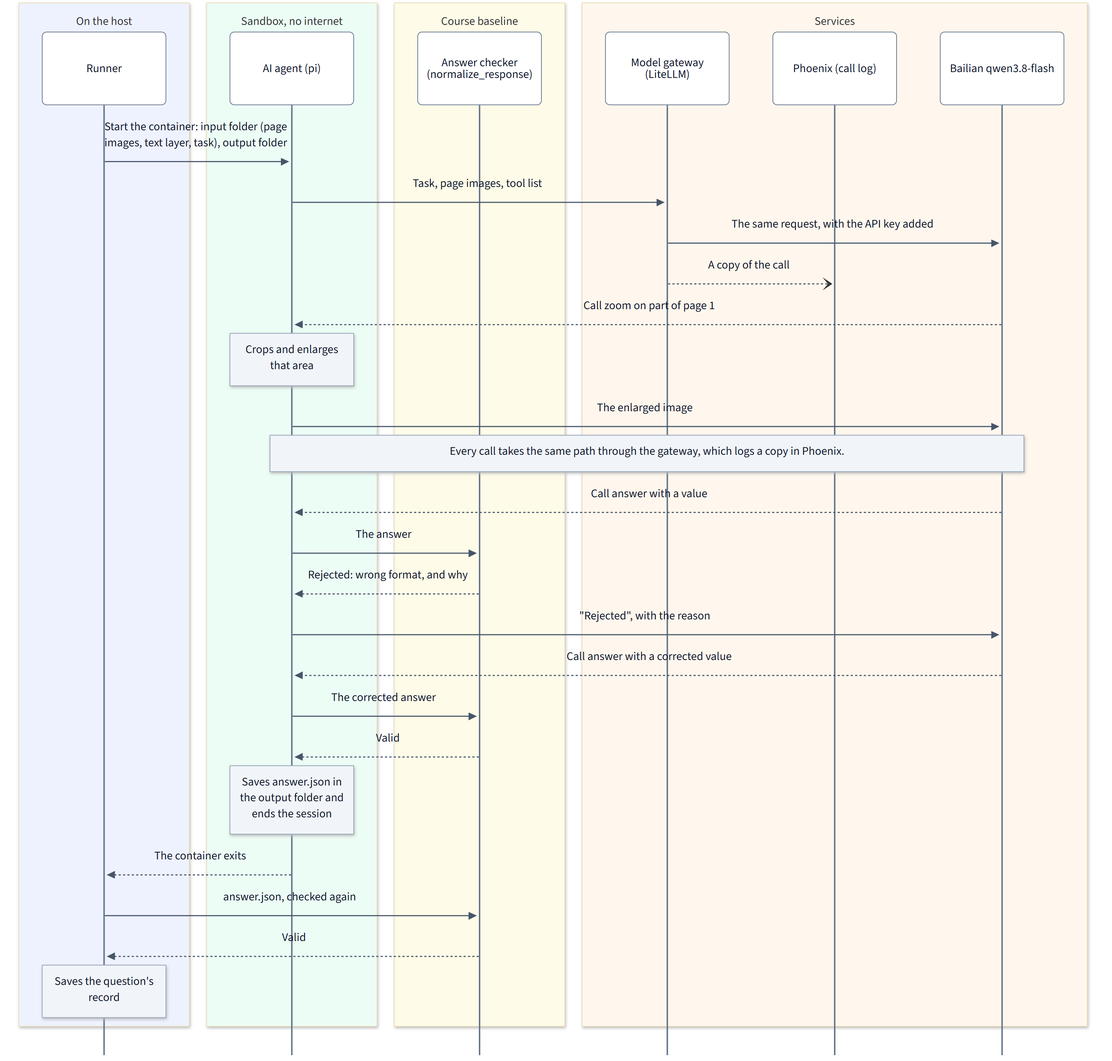
The Mermaid diagram docs/diagrams/session-sequence.png in eric15342335/AIFep-FDU.github.io, before a commit. Its source is kept beside it as docs/diagrams/session-sequence.mmd.
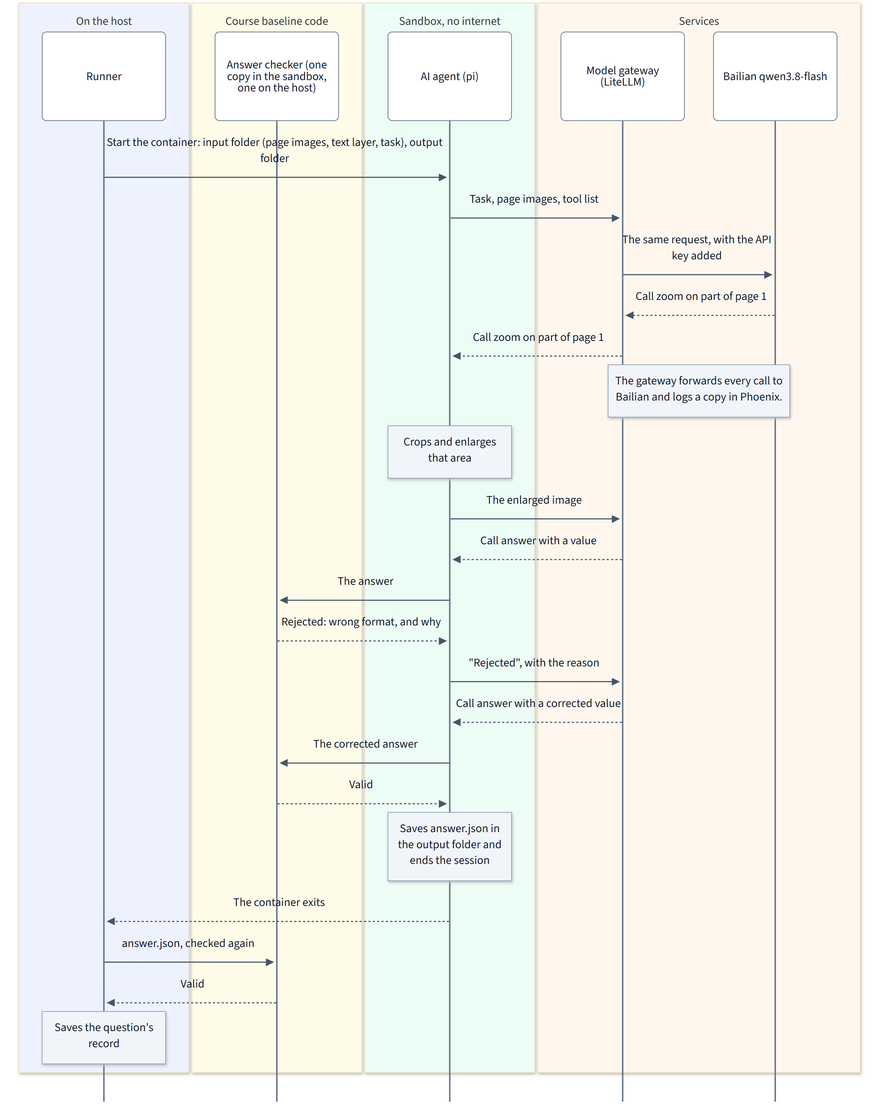
After the commit.

Change to the diagram source:
```diff
@@ -1,33 +1,32 @@
-%%{init: {"theme": "base", "themeVariables": {"fontSize": "16px", "actorBkg": "#ffffff", "actorBorder": "#64748b", "actorTextColor": "#0f172a", "noteBkgColor": "#f1f5f9", "noteBorderColor": "#94a3b8", "noteTextColor": "#0f172a", "signalColor": "#475569", "signalTextColor": "#0f172a"}, "sequence": {"mirrorActors": false, "noteMargin": 14, "boxMargin": 12, "boxTextMargin": 8, "messageMargin": 40, "actorMargin": 60, "wrap": true, "width": 170}}}%%
+%%{init: {"theme": "base", "themeVariables": {"fontSize": "16px", "actorBkg": "#ffffff", "actorBorder": "#64748b", "actorTextColor": "#0f172a", "noteBkgColor": "#f1f5f9", "noteBorderColor": "#94a3b8", "noteTextColor": "#0f172a", "signalColor": "#475569", "signalTextColor": "#0f172a"}, "sequence": {"mirrorActors": false, "noteMargin": 14, "boxMargin": 12, "boxTextMargin": 8, "messageMargin": 40, "actorMargin": 40, "wrap": true, "width": 170}}}%%
 sequenceDiagram
     box rgb(238,242,255) On the host
         participant R as Runner
     end
+    box rgb(254,252,232) Course baseline code
+        participant C as Answer checker (one copy in the sandbox, one on the host)
+    end
     box rgb(236,253,245) Sandbox, no internet
         participant S as AI agent (pi)
     end
-    box rgb(254,252,232) Course baseline
-        participant C as Answer checker (normalize_response)
-    end
     box rgb(255,247,237) Services
         participant G as Model gateway (LiteLLM)
-        participant P as Phoenix (call log)
         participant M as Bailian qwen3.8-flash
     end
 
     R->>S: Start the container: input folder (page images, text layer, task), output folder
     S->>G: Task, page images, tool list
     G->>M: The same request, with the API key added
-    G--)P: A copy of the call
-    M-->>S: Call zoom on part of page 1
+    M-->>G: Call zoom on part of page 1
+    G-->>S: Call zoom on part of page 1
+    Note over G,M: The gateway forwards every call to Bailian and logs a copy in Phoenix.
     Note over S: Crops and enlarges that area
-    S->>M: The enlarged image
-    Note over S,M: Every call takes the same path through the gateway, which logs a copy in Phoenix.
-    M-->>S: Call answer with a value
+    S->>G: The enlarged image
+    G-->>S: Call answer with a value
     S->>C: The answer
     C-->>S: Rejected: wrong format, and why
-    S->>M: "Rejected", with the reason
-    M-->>S: Call answer with a corrected value
+    S->>G: "Rejected", with the reason
+    G-->>S: Call answer with a corrected value
     S->>C: The corrected answer
     C-->>S: Valid
     Note over S: Saves answer.json in the output folder and ends the session
```
